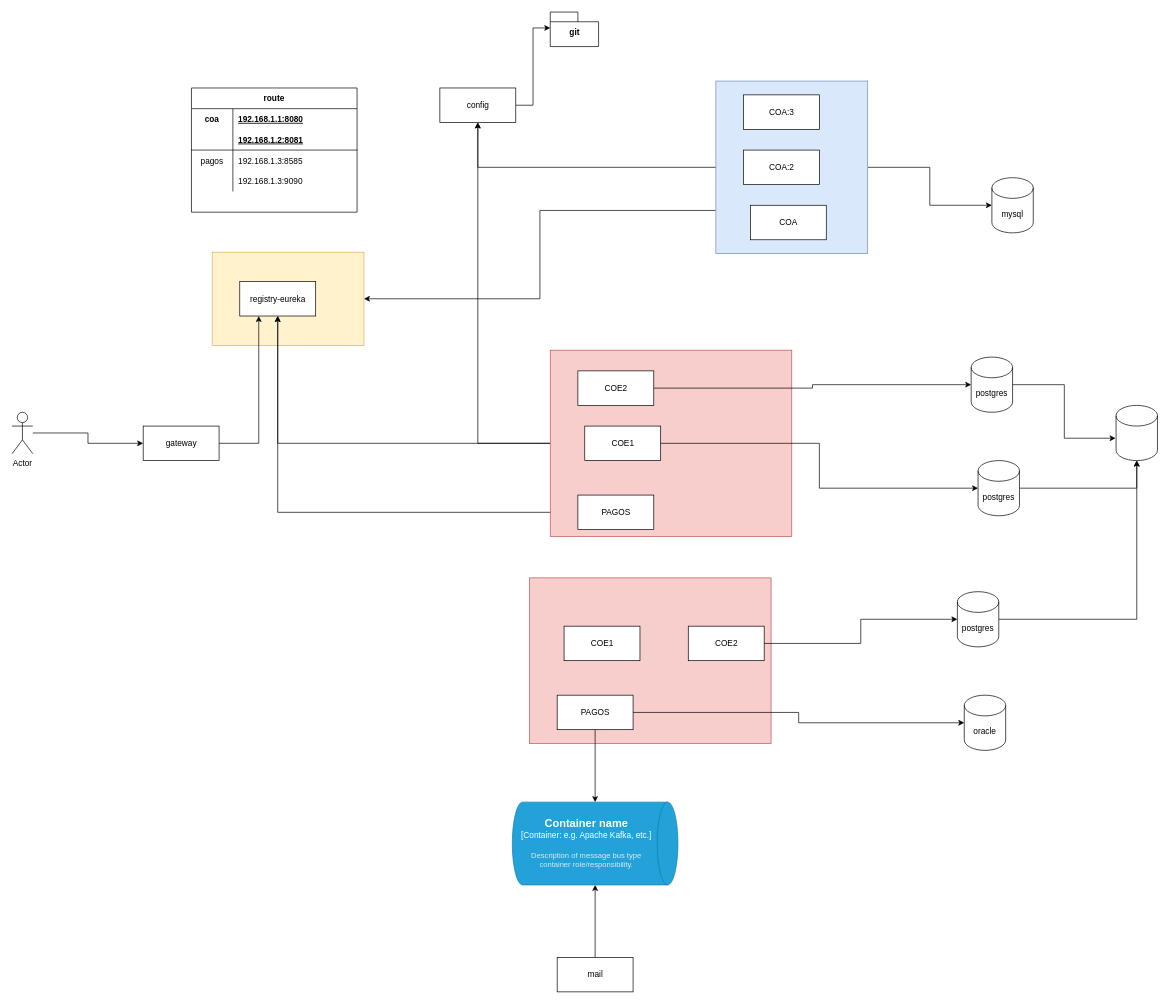
The draw.io diagram page "Página-3" (3 of 5) of diagramas.drawio in gocahum/sistema-academia, before the edit. Source tidied: cells renumbered, new cells numbered last; positions are measured from the earlier drawing's top-left corner, leaving out a move shared by most shapes. Both pictures are drawn from the tidied source at 69%, with x=0, y=0 at pixel (12, 12).
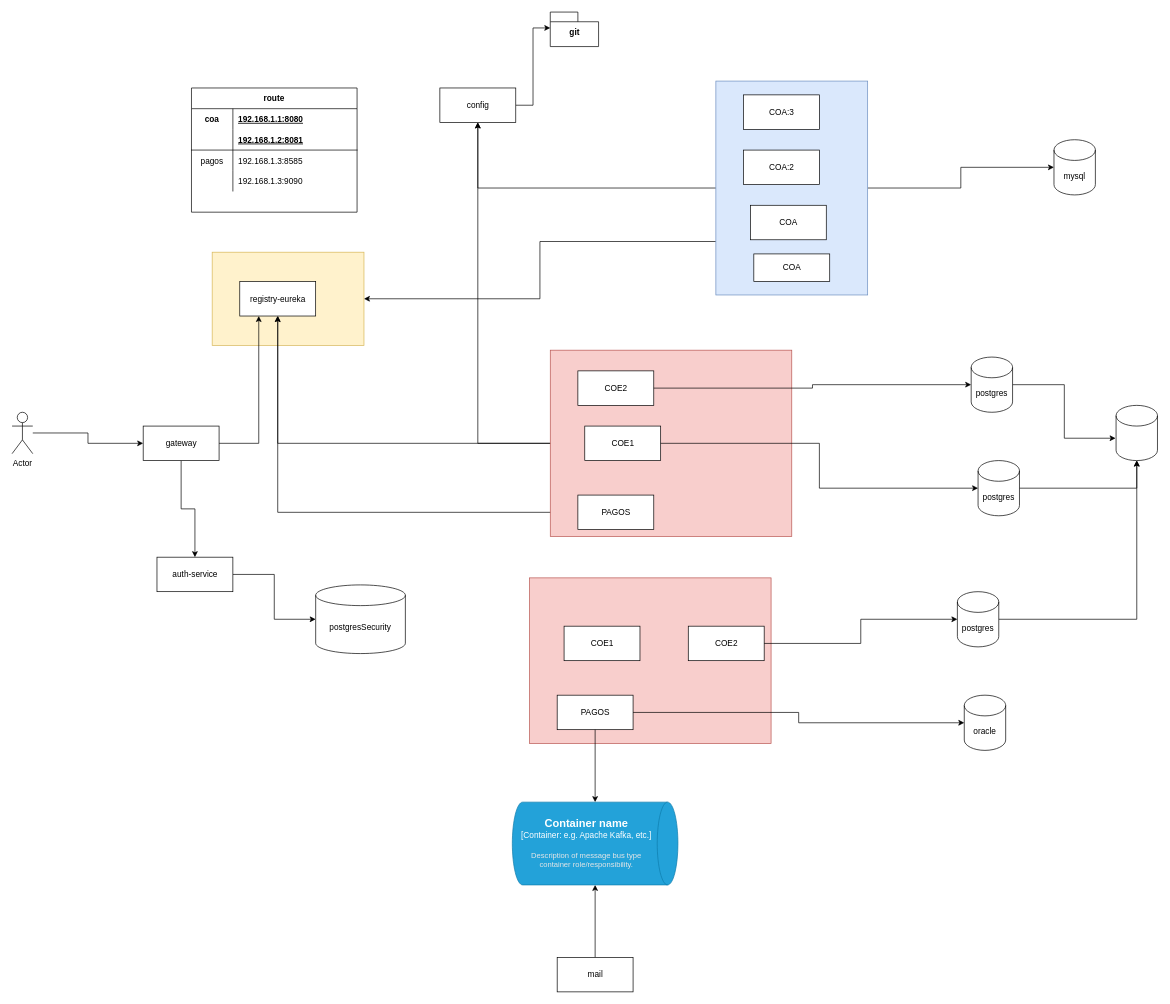
The same diagram, later.

The change refers to these unchanged cells:
```xml
<mxCell id="18" value="gateway" style="html=1;" parent="1" vertex="1">
  <mxGeometry x="190" y="600" width="110" height="50" as="geometry" />
</mxCell>
```

Change to the diagram source:
```diff
@@
     <mxCell id="7" style="html=1;fillColor=#dae8fc;strokeColor=#6c8ebf;" parent="1" vertex="1">
-      <mxGeometry x="1020" y="100" width="220" height="250" as="geometry" />
+      <mxGeometry x="1020" y="100" width="220" height="310" as="geometry" />
     </mxCell>
@@
+    <mxCell id="61" style="edgeStyle=orthogonalEdgeStyle;rounded=0;jettySize=auto;html=1;" parent="1" edge="1" source="18" target="65">
+      <mxGeometry relative="1" as="geometry" />
+    </mxCell>
@@
     <mxCell id="46" value="mysql" style="shape=cylinder3;whiteSpace=wrap;html=1;boundedLbl=1;backgroundOutline=1;size=15;" parent="1" vertex="1">
-      <mxGeometry x="1420" y="240" width="60" height="80" as="geometry" />
+      <mxGeometry x="1510" y="185" width="60" height="80" as="geometry" />
     </mxCell>
@@
+    <mxCell id="62" value="COA" style="html=1;" parent="1" vertex="1">
+      <mxGeometry x="1075" y="350.5" width="110" height="40" as="geometry" />
+    </mxCell>
+    <mxCell id="63" value="postgresSecurity" style="shape=cylinder3;whiteSpace=wrap;html=1;boundedLbl=1;backgroundOutline=1;size=15;" parent="1" vertex="1">
+      <mxGeometry x="440" y="830.2" width="130" height="99.5" as="geometry" />
+    </mxCell>
+    <mxCell id="64" style="edgeStyle=orthogonalEdgeStyle;rounded=0;jettySize=auto;html=1;" parent="1" edge="1" source="65" target="63">
+      <mxGeometry relative="1" as="geometry" />
+    </mxCell>
+    <mxCell id="65" value="auth-service" style="html=1;" parent="1" vertex="1">
+      <mxGeometry x="210" y="790" width="110" height="50" as="geometry" />
+    </mxCell>
```
